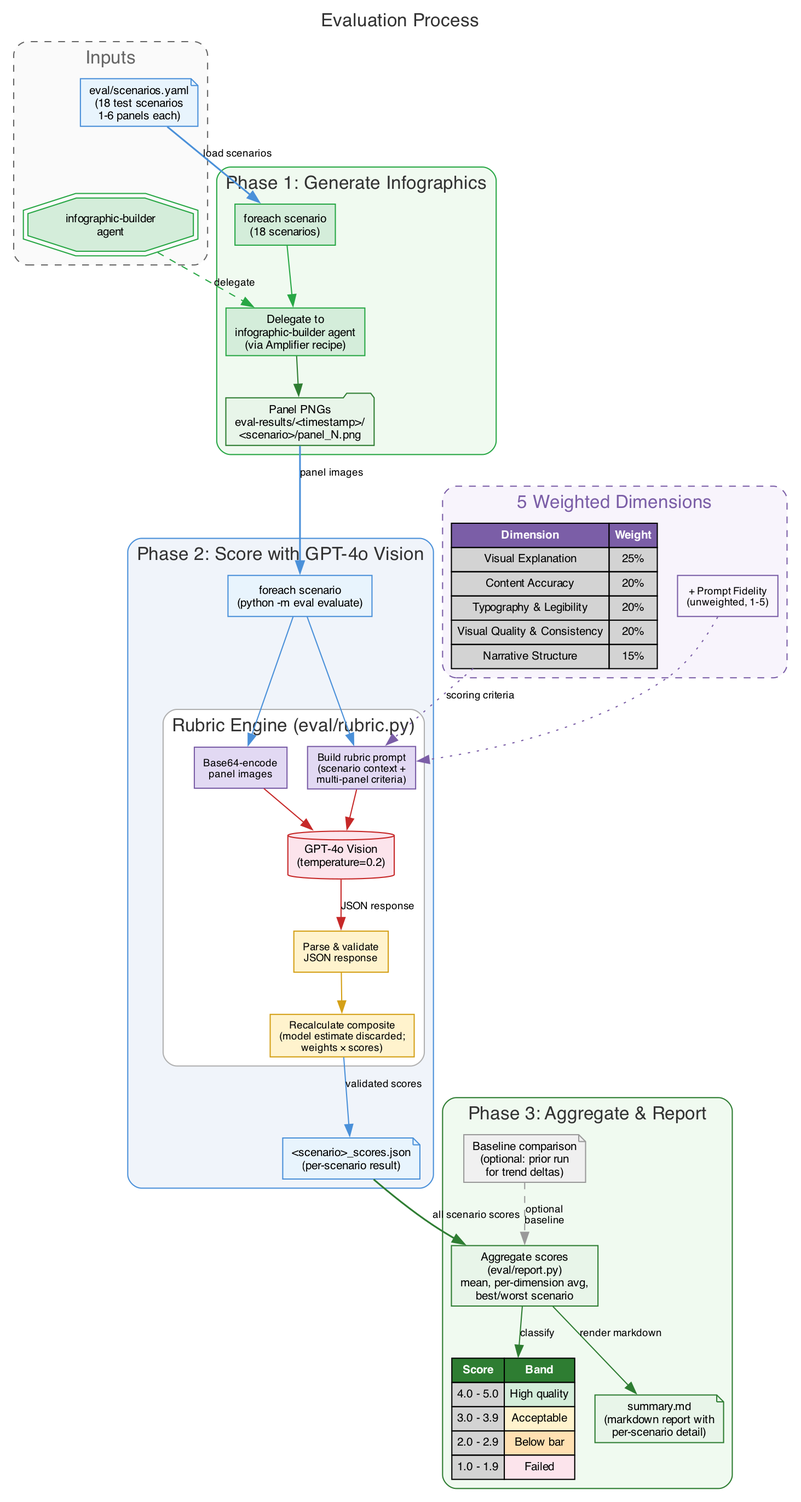
The Graphviz diagram docs/evaluation.png in singh2/infographic-builder, before a commit. Its source is kept beside it as docs/evaluation.dot. The source it was exported from:
```dot
digraph evaluation_process {
    rankdir=TB
    fontname="Helvetica"
    fontsize=12
    node [fontname="Helvetica" fontsize=10 style=filled]
    edge [fontname="Helvetica" fontsize=9]
    compound=true
    newrank=true


    label="Evaluation Process"
    labelloc=t
    fontsize=16
    fontcolor="#333333"


    subgraph cluster_inputs {
        label="Inputs"
        style="rounded,dashed"
        color="#666666"
        fontcolor="#666666"
        bgcolor="#fafafa"

        scenarios [
            label="eval/scenarios.yaml\n(18 test scenarios\n1-6 panels each)"
            shape=note
            fillcolor="#e8f4fd"
            color="#4a90d9"
        ]

        infographic_agent [
            label="infographic-builder\nagent"
            shape=doubleoctagon
            fillcolor="#d4edda"
            color="#28a745"
        ]
    }


    subgraph cluster_generate {
        label="Phase 1: Generate Infographics"
        style="rounded"
        color="#28a745"
        bgcolor="#f0faf0"

        foreach_gen [
            label="foreach scenario\n(18 scenarios)"
            shape=box
            fillcolor="#d4edda"
            color="#28a745"
        ]

        gen_invoke [
            label="Delegate to\ninfographic-builder agent\n(via Amplifier recipe)"
            shape=box
            fillcolor="#d4edda"
            color="#28a745"
        ]

        gen_output [
            label="Panel PNGs\neval-results/<timestamp>/\n<scenario>/panel_N.png"
            shape=folder
            fillcolor="#e8f5e9"
            color="#2e7d32"
        ]

        foreach_gen -> gen_invoke [color="#28a745"]
        gen_invoke -> gen_output [color="#2e7d32"]
    }


    subgraph cluster_evaluate {
        label="Phase 2: Score with GPT-4o Vision"
        style="rounded"
        color="#4a90d9"
        bgcolor="#f0f4fa"

        foreach_eval [
            label="foreach scenario\n(python -m eval evaluate)"
            shape=box
            fillcolor="#e8f4fd"
            color="#4a90d9"
        ]

        subgraph cluster_rubric {
            label="Rubric Engine (eval/rubric.py)"
            style="rounded"
            color="#b0b0b0"
            bgcolor="#ffffff"

            build_prompt [
                label="Build rubric prompt\n(scenario context +\nmulti-panel criteria)"
                shape=box
                fillcolor="#e2d9f3"
                color="#7b5ea7"
                fontsize=9
            ]

            encode_images [
                label="Base64-encode\npanel images"
                shape=box
                fillcolor="#e2d9f3"
                color="#7b5ea7"
                fontsize=9
            ]

            gpt4o [
                label="GPT-4o Vision\n(temperature=0.2)"
                shape=cylinder
                fillcolor="#fce4ec"
                color="#c62828"
            ]

            parse [
                label="Parse & validate\nJSON response"
                shape=box
                fillcolor="#fff3cd"
                color="#d4a017"
                fontsize=9
            ]

            recalc [
                label="Recalculate composite\n(model estimate discarded;\nweights × scores)"
                shape=box
                fillcolor="#fff3cd"
                color="#d4a017"
                fontsize=9
            ]
        }

        score_json [
            label="<scenario>_scores.json\n(per-scenario result)"
            shape=note
            fillcolor="#e8f4fd"
            color="#4a90d9"
        ]
    }


    subgraph cluster_dimensions {
        label="5 Weighted Dimensions"
        style="rounded,dashed"
        color="#7b5ea7"
        fontcolor="#7b5ea7"
        bgcolor="#f8f4fc"

        dim_table [
            label=<<TABLE BORDER="0" CELLBORDER="1" CELLSPACING="0" CELLPADDING="4">
                <TR><TD BGCOLOR="#7b5ea7"><FONT COLOR="white"><B>Dimension</B></FONT></TD><TD BGCOLOR="#7b5ea7"><FONT COLOR="white"><B>Weight</B></FONT></TD></TR>
                <TR><TD>Visual Explanation</TD><TD>25%</TD></TR>
                <TR><TD>Content Accuracy</TD><TD>20%</TD></TR>
                <TR><TD>Typography &amp; Legibility</TD><TD>20%</TD></TR>
                <TR><TD>Visual Quality &amp; Consistency</TD><TD>20%</TD></TR>
                <TR><TD>Narrative Structure</TD><TD>15%</TD></TR>
            </TABLE>>
            shape=plain
        ]

        prompt_fidelity [
            label="+ Prompt Fidelity\n(unweighted, 1-5)"
            shape=box
            fillcolor="#f8f4fc"
            color="#7b5ea7"
            fontsize=9
        ]
    }


    subgraph cluster_report {
        label="Phase 3: Aggregate & Report"
        style="rounded"
        color="#2e7d32"
        bgcolor="#f0faf0"

        aggregate [
            label="Aggregate scores\n(eval/report.py)\nmean, per-dimension avg,\nbest/worst scenario"
            shape=box
            fillcolor="#e8f5e9"
            color="#2e7d32"
        ]

        baseline [
            label="Baseline comparison\n(optional: prior run\nfor trend deltas)"
            shape=note
            fillcolor="#f0f0f0"
            color="#999999"
        ]

        bands [
            label=<<TABLE BORDER="0" CELLBORDER="1" CELLSPACING="0" CELLPADDING="4">
                <TR><TD BGCOLOR="#2e7d32"><FONT COLOR="white"><B>Score</B></FONT></TD><TD BGCOLOR="#2e7d32"><FONT COLOR="white"><B>Band</B></FONT></TD></TR>
                <TR><TD>4.0 - 5.0</TD><TD BGCOLOR="#d4edda">High quality</TD></TR>
                <TR><TD>3.0 - 3.9</TD><TD BGCOLOR="#fff3cd">Acceptable</TD></TR>
                <TR><TD>2.0 - 2.9</TD><TD BGCOLOR="#ffe0b2">Below bar</TD></TR>
                <TR><TD>1.0 - 1.9</TD><TD BGCOLOR="#fce4ec">Failed</TD></TR>
            </TABLE>>
            shape=plain
        ]

        report [
            label="summary.md\n(markdown report with\nper-scenario detail)"
            shape=note
            fillcolor="#e8f5e9"
            color="#2e7d32"
        ]
    }


    scenarios -> foreach_gen [label="load scenarios" color="#4a90d9" penwidth=1.5]
    infographic_agent -> gen_invoke [label="delegate" style=dashed color="#28a745"]

    gen_output -> foreach_eval [label="panel images" color="#4a90d9" penwidth=1.5]

    foreach_eval -> build_prompt [color="#4a90d9"]
    foreach_eval -> encode_images [color="#4a90d9"]
    build_prompt -> gpt4o [color="#c62828"]
    encode_images -> gpt4o [color="#c62828"]
    gpt4o -> parse [label="JSON response" color="#c62828"]
    parse -> recalc [color="#d4a017"]
    recalc -> score_json [label="validated scores" color="#4a90d9"]

    dim_table -> build_prompt [style=dotted color="#7b5ea7" label="scoring criteria"]
    prompt_fidelity -> build_prompt [style=dotted color="#7b5ea7"]

    score_json -> aggregate [label="all scenario scores" color="#2e7d32" penwidth=1.5]
    baseline -> aggregate [label="optional\nbaseline" style=dashed color="#999999"]
    aggregate -> bands [label="classify" color="#2e7d32"]
    aggregate -> report [label="render markdown" color="#2e7d32"]
}
```
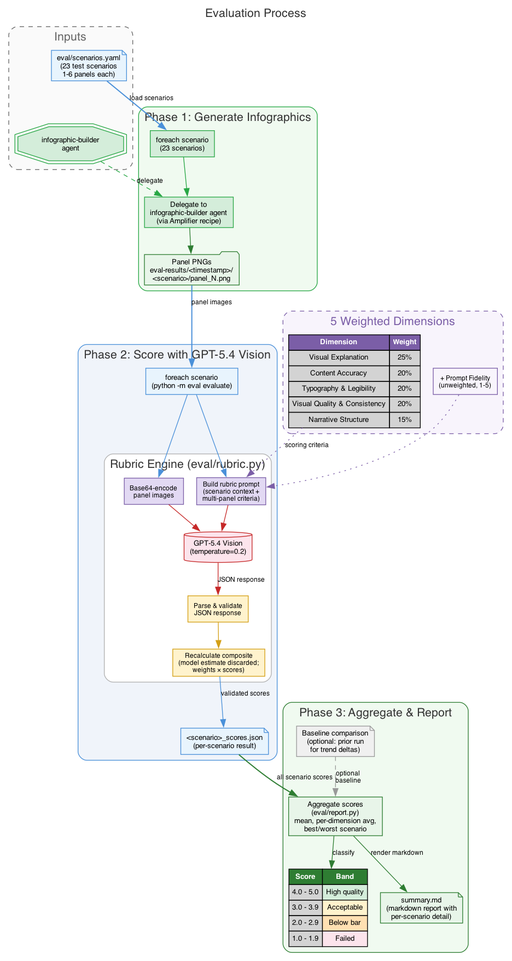
Later version of the same file.

Commit message:
docs: update diagrams -- 14 layouts, 23 scenarios, GPT-5.4 model

What changed in the source:
```diff
@@ -22,7 +22,7 @@
         bgcolor="#fafafa"
 
         scenarios [
-            label="eval/scenarios.yaml\n(18 test scenarios\n1-6 panels each)"
+            label="eval/scenarios.yaml\n(23 test scenarios\n1-6 panels each)"
             shape=note
             fillcolor="#e8f4fd"
             color="#4a90d9"
@@ -44,7 +44,7 @@
         bgcolor="#f0faf0"
 
         foreach_gen [
-            label="foreach scenario\n(18 scenarios)"
+            label="foreach scenario\n(23 scenarios)"
             shape=box
             fillcolor="#d4edda"
             color="#28a745"
@@ -70,7 +70,7 @@
 
 
     subgraph cluster_evaluate {
-        label="Phase 2: Score with GPT-4o Vision"
+        label="Phase 2: Score with GPT-5.4 Vision"
         style="rounded"
         color="#4a90d9"
         bgcolor="#f0f4fa"
@@ -105,7 +105,7 @@
             ]
 
             gpt4o [
-                label="GPT-4o Vision\n(temperature=0.2)"
+                label="GPT-5.4 Vision\n(temperature=0.2)"
                 shape=cylinder
                 fillcolor="#fce4ec"
                 color="#c62828"
```
